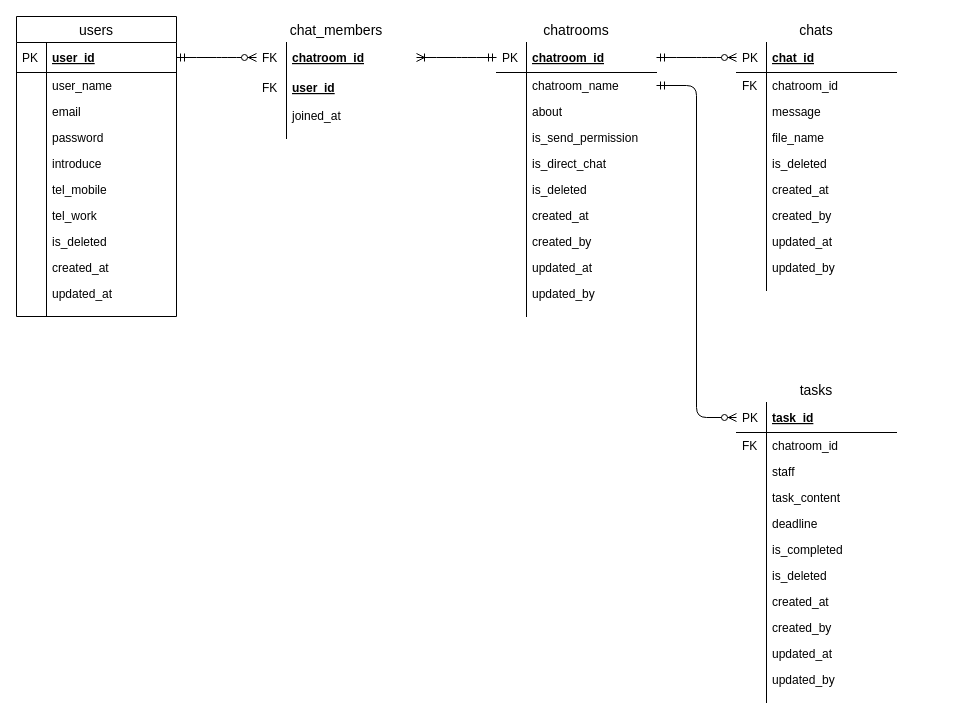
Before: db/db-challenge1/chatwork-er.drawio in nanakusa27/quelcode-db, a draw.io diagram. Source tidied: cells renumbered, new cells numbered last; positions are measured from the earlier drawing's top-left corner, leaving out a move shared by most shapes. Both pictures are drawn from the tidied source at 100%, with x=0, y=0 at pixel (16, 16).
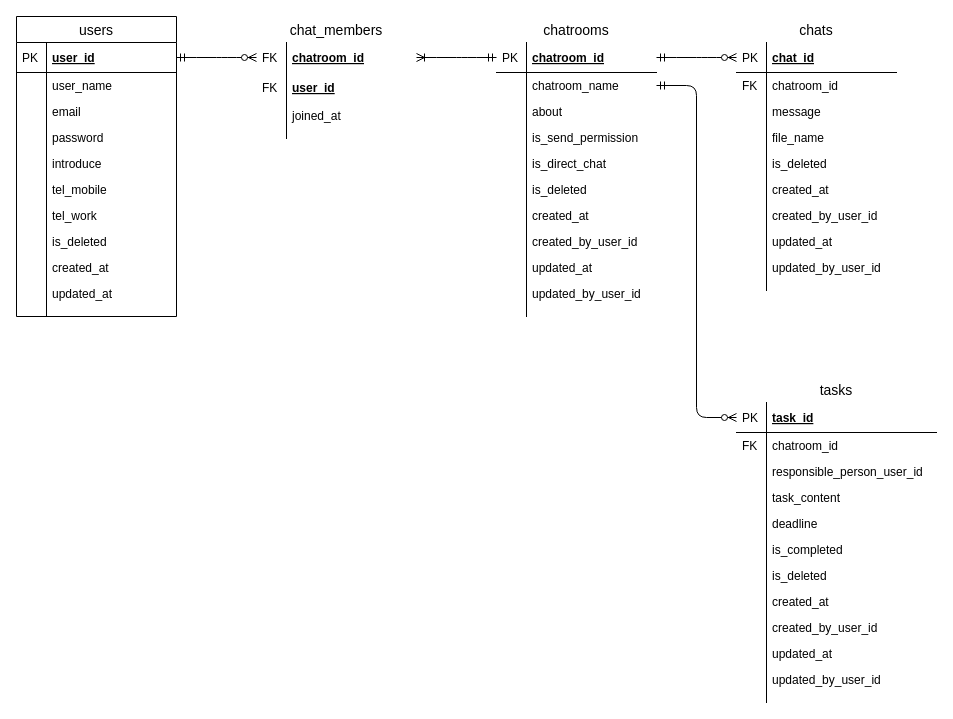
The same diagram, later.

Commit message:
Improve:命名の変更

Unchanged cells that the change refers to:
```xml
<mxCell id="34" value="chatrooms" style="swimlane;fontStyle=0;horizontal=1;startSize=26;align=center;fontSize=14;labelBackgroundColor=none;strokeColor=#FFFFFF;fillColor=none;gradientColor=#ffffff;" parent="1" vertex="1">
  <mxGeometry x="480" width="160" height="300" as="geometry" />
</mxCell>
<mxCell id="57" value="chats" style="swimlane;fontStyle=0;horizontal=1;startSize=26;align=center;fontSize=14;labelBackgroundColor=none;strokeColor=#FFFFFF;fillColor=none;gradientColor=#ffffff;" parent="1" vertex="1">
  <mxGeometry x="720" width="160" height="274" as="geometry" />
</mxCell>
```

Diff of the diagram source:
```diff
@@
-    <mxCell id="49" value="created_by" style="shape=partialRectangle;top=0;left=0;right=0;bottom=0;align=left;verticalAlign=top;fillColor=none;spacingLeft=34;spacingRight=4;overflow=hidden;fontSize=12;" parent="34" vertex="1">
+    <mxCell id="49" value="created_by_user_id" style="shape=partialRectangle;top=0;left=0;right=0;bottom=0;align=left;verticalAlign=top;fillColor=none;spacingLeft=34;spacingRight=4;overflow=hidden;fontSize=12;" parent="34" vertex="1">
       <mxGeometry y="212" width="160" height="26" as="geometry" />
     </mxCell>
@@
-    <mxCell id="53" value="updated_by" style="shape=partialRectangle;top=0;left=0;right=0;bottom=0;align=left;verticalAlign=top;fillColor=none;spacingLeft=34;spacingRight=4;overflow=hidden;fontSize=12;" parent="34" vertex="1">
+    <mxCell id="53" value="updated_by_user_id" style="shape=partialRectangle;top=0;left=0;right=0;bottom=0;align=left;verticalAlign=top;fillColor=none;spacingLeft=34;spacingRight=4;overflow=hidden;fontSize=12;" parent="34" vertex="1">
       <mxGeometry y="264" width="160" height="26" as="geometry" />
     </mxCell>
@@
-    <mxCell id="70" value="created_by" style="shape=partialRectangle;top=0;left=0;right=0;bottom=0;align=left;verticalAlign=top;fillColor=none;spacingLeft=34;spacingRight=4;overflow=hidden;fontSize=12;" parent="57" vertex="1">
+    <mxCell id="70" value="created_by_user_id" style="shape=partialRectangle;top=0;left=0;right=0;bottom=0;align=left;verticalAlign=top;fillColor=none;spacingLeft=34;spacingRight=4;overflow=hidden;fontSize=12;" parent="57" vertex="1">
       <mxGeometry y="186" width="160" height="26" as="geometry" />
     </mxCell>
@@
-    <mxCell id="74" value="updated_by" style="shape=partialRectangle;top=0;left=0;right=0;bottom=0;align=left;verticalAlign=top;fillColor=none;spacingLeft=34;spacingRight=4;overflow=hidden;fontSize=12;" parent="57" vertex="1">
+    <mxCell id="74" value="updated_by_user_id" style="shape=partialRectangle;top=0;left=0;right=0;bottom=0;align=left;verticalAlign=top;fillColor=none;spacingLeft=34;spacingRight=4;overflow=hidden;fontSize=12;" parent="57" vertex="1">
       <mxGeometry y="238" width="160" height="26" as="geometry" />
     </mxCell>
@@
     <mxCell id="81" value="tasks" style="swimlane;fontStyle=0;horizontal=1;startSize=26;align=center;fontSize=14;labelBackgroundColor=none;strokeColor=#FFFFFF;fillColor=none;gradientColor=#ffffff;" parent="1" vertex="1">
-      <mxGeometry x="720" y="360" width="160" height="326" as="geometry" />
+      <mxGeometry x="720" y="360" width="200" height="326" as="geometry" />
     </mxCell>
     <mxCell id="82" value="task_id" style="shape=partialRectangle;top=0;left=0;right=0;bottom=1;align=left;verticalAlign=middle;fillColor=none;spacingLeft=34;spacingRight=4;overflow=hidden;points=[[0,0.5],[1,0.5]];portConstraint=eastwest;fontStyle=5;fontSize=12;" parent="81" vertex="1">
-      <mxGeometry y="26" width="160" height="30" as="geometry" />
+      <mxGeometry y="26" width="200" height="30" as="geometry" />
     </mxCell>
@@
     <mxCell id="84" value="chatroom_id" style="shape=partialRectangle;top=0;left=0;right=0;bottom=0;align=left;verticalAlign=top;fillColor=none;spacingLeft=34;spacingRight=4;overflow=hidden;fontSize=12;" parent="81" vertex="1">
-      <mxGeometry y="56" width="160" height="26" as="geometry" />
+      <mxGeometry y="56" width="200" height="26" as="geometry" />
     </mxCell>
@@
-    <mxCell id="86" value="staff" style="shape=partialRectangle;top=0;left=0;right=0;bottom=0;align=left;verticalAlign=top;fillColor=none;spacingLeft=34;spacingRight=4;overflow=hidden;fontSize=12;" parent="81" vertex="1">
-      <mxGeometry y="82" width="160" height="26" as="geometry" />
+    <mxCell id="86" value="responsible_person_user_id" style="shape=partialRectangle;top=0;left=0;right=0;bottom=0;align=left;verticalAlign=top;fillColor=none;spacingLeft=34;spacingRight=4;overflow=hidden;fontSize=12;" parent="81" vertex="1">
+      <mxGeometry y="82" width="200" height="26" as="geometry" />
     </mxCell>
@@
     <mxCell id="88" value="task_content" style="shape=partialRectangle;top=0;left=0;right=0;bottom=0;align=left;verticalAlign=top;fillColor=none;spacingLeft=34;spacingRight=4;overflow=hidden;fontSize=12;" parent="81" vertex="1">
-      <mxGeometry y="108" width="160" height="26" as="geometry" />
+      <mxGeometry y="108" width="200" height="26" as="geometry" />
     </mxCell>
@@
     <mxCell id="90" value="deadline" style="shape=partialRectangle;top=0;left=0;right=0;bottom=0;align=left;verticalAlign=top;fillColor=none;spacingLeft=34;spacingRight=4;overflow=hidden;fontSize=12;" parent="81" vertex="1">
-      <mxGeometry y="134" width="160" height="26" as="geometry" />
+      <mxGeometry y="134" width="200" height="26" as="geometry" />
     </mxCell>
@@
     <mxCell id="92" value="is_completed" style="shape=partialRectangle;top=0;left=0;right=0;bottom=0;align=left;verticalAlign=top;fillColor=none;spacingLeft=34;spacingRight=4;overflow=hidden;fontSize=12;" parent="81" vertex="1">
-      <mxGeometry y="160" width="160" height="26" as="geometry" />
+      <mxGeometry y="160" width="200" height="26" as="geometry" />
     </mxCell>
@@
     <mxCell id="94" value="is_deleted" style="shape=partialRectangle;top=0;left=0;right=0;bottom=0;align=left;verticalAlign=top;fillColor=none;spacingLeft=34;spacingRight=4;overflow=hidden;fontSize=12;" parent="81" vertex="1">
-      <mxGeometry y="186" width="160" height="26" as="geometry" />
+      <mxGeometry y="186" width="200" height="26" as="geometry" />
     </mxCell>
@@
     <mxCell id="96" value="created_at" style="shape=partialRectangle;top=0;left=0;right=0;bottom=0;align=left;verticalAlign=top;fillColor=none;spacingLeft=34;spacingRight=4;overflow=hidden;fontSize=12;" parent="81" vertex="1">
-      <mxGeometry y="212" width="160" height="26" as="geometry" />
+      <mxGeometry y="212" width="200" height="26" as="geometry" />
     </mxCell>
@@
-    <mxCell id="98" value="created_by" style="shape=partialRectangle;top=0;left=0;right=0;bottom=0;align=left;verticalAlign=top;fillColor=none;spacingLeft=34;spacingRight=4;overflow=hidden;fontSize=12;" parent="81" vertex="1">
-      <mxGeometry y="238" width="160" height="26" as="geometry" />
+    <mxCell id="98" value="created_by_user_id" style="shape=partialRectangle;top=0;left=0;right=0;bottom=0;align=left;verticalAlign=top;fillColor=none;spacingLeft=34;spacingRight=4;overflow=hidden;fontSize=12;" parent="81" vertex="1">
+      <mxGeometry y="238" width="200" height="26" as="geometry" />
     </mxCell>
@@
     <mxCell id="100" value="updated_at" style="shape=partialRectangle;top=0;left=0;right=0;bottom=0;align=left;verticalAlign=top;fillColor=none;spacingLeft=34;spacingRight=4;overflow=hidden;fontSize=12;" parent="81" vertex="1">
-      <mxGeometry y="264" width="160" height="26" as="geometry" />
+      <mxGeometry y="264" width="200" height="26" as="geometry" />
     </mxCell>
@@
-    <mxCell id="102" value="updated_by" style="shape=partialRectangle;top=0;left=0;right=0;bottom=0;align=left;verticalAlign=top;fillColor=none;spacingLeft=34;spacingRight=4;overflow=hidden;fontSize=12;" parent="81" vertex="1">
-      <mxGeometry y="290" width="160" height="26" as="geometry" />
+    <mxCell id="102" value="updated_by_user_id" style="shape=partialRectangle;top=0;left=0;right=0;bottom=0;align=left;verticalAlign=top;fillColor=none;spacingLeft=34;spacingRight=4;overflow=hidden;fontSize=12;" parent="81" vertex="1">
+      <mxGeometry y="290" width="200" height="26" as="geometry" />
     </mxCell>
@@
     <mxCell id="104" style="shape=partialRectangle;top=0;left=0;right=0;bottom=0;align=left;verticalAlign=top;fillColor=none;spacingLeft=34;spacingRight=4;overflow=hidden;fontSize=12;" parent="81" vertex="1">
-      <mxGeometry y="316" width="160" height="10" as="geometry" />
+      <mxGeometry y="316" width="200" height="10" as="geometry" />
     </mxCell>
```
